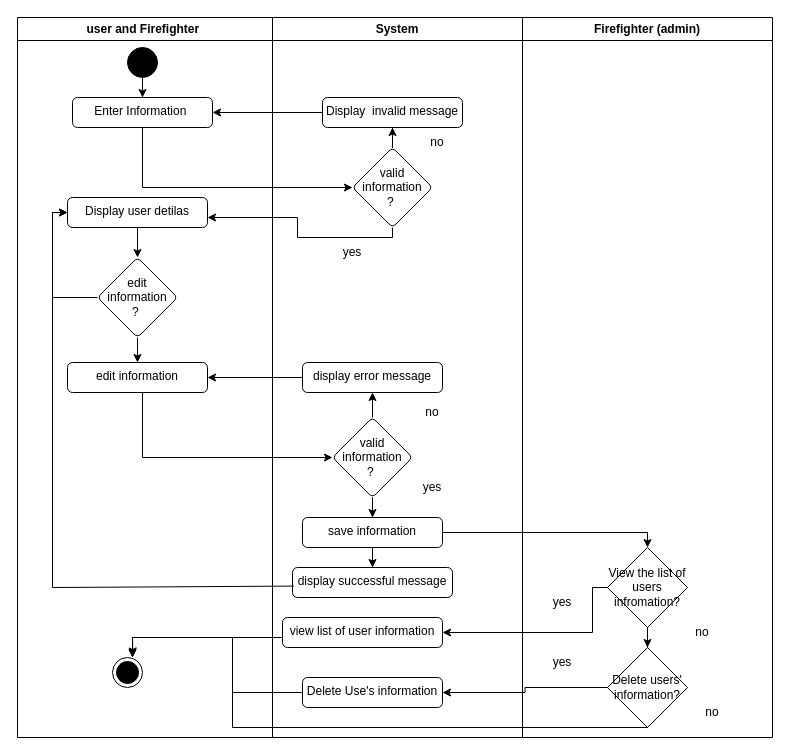
Before: page "profile AD" (5 of 21) of doc/PSM.drawio in SNFASA/AI-Fire-Monitoring-System, a draw.io diagram. Source tidied: cells renumbered, new cells numbered last; positions are measured from the earlier drawing's top-left corner, leaving out a move shared by most shapes. Both pictures are drawn from the tidied source at 100%, with x=0, y=0 at pixel (17, 17).
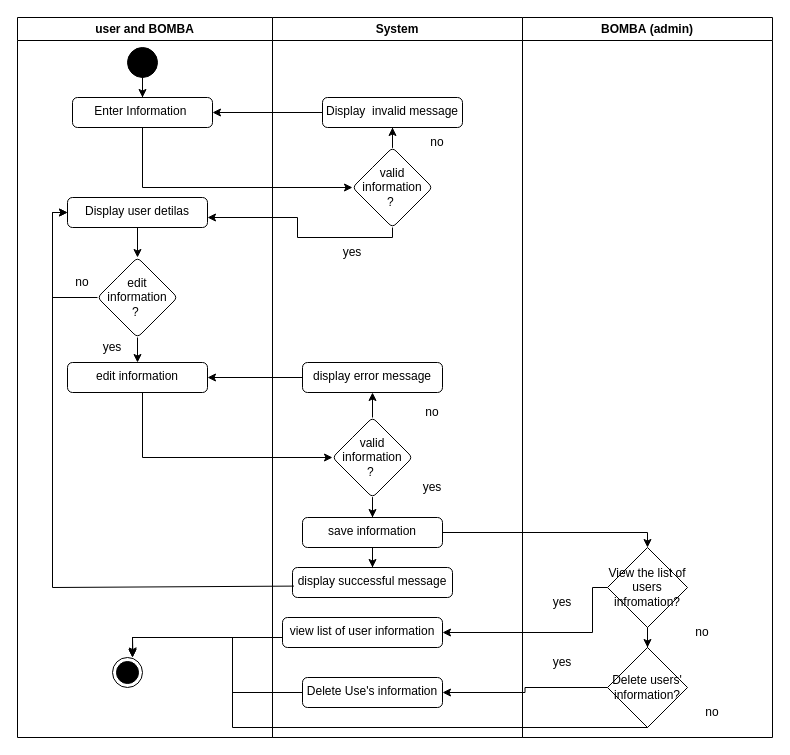
The same page after the edit.

The edit, as a diff of the source:
```diff
@@
-    <mxCell id="2" value="user and Firefighter&amp;nbsp;" style="swimlane;whiteSpace=wrap;html=1;" parent="1" vertex="1">
+    <mxCell id="2" value="user and BOMBA" style="swimlane;whiteSpace=wrap;html=1;" parent="1" vertex="1">
       <mxGeometry width="255" height="720" as="geometry" />
     </mxCell>
@@
+    <mxCell id="53" value="yes" style="text;html=1;whiteSpace=wrap;strokeColor=none;fillColor=none;align=center;verticalAlign=middle;rounded=0;" parent="2" vertex="1">
+      <mxGeometry x="65" y="315" width="60" height="30" as="geometry" />
+    </mxCell>
+    <mxCell id="54" value="no" style="text;html=1;whiteSpace=wrap;strokeColor=none;fillColor=none;align=center;verticalAlign=middle;rounded=0;" parent="2" vertex="1">
+      <mxGeometry x="35" y="250" width="60" height="30" as="geometry" />
+    </mxCell>
@@
-    <mxCell id="33" value="Firefighter (admin)" style="swimlane;whiteSpace=wrap;html=1;" parent="1" vertex="1">
+    <mxCell id="33" value="&lt;span style=&quot;caret-color: rgba(0, 0, 0, 0);&quot;&gt;BOMBA&lt;/span&gt;&amp;nbsp;(admin)" style="swimlane;whiteSpace=wrap;html=1;" parent="1" vertex="1">
       <mxGeometry x="505" width="250" height="720" as="geometry" />
     </mxCell>
```
